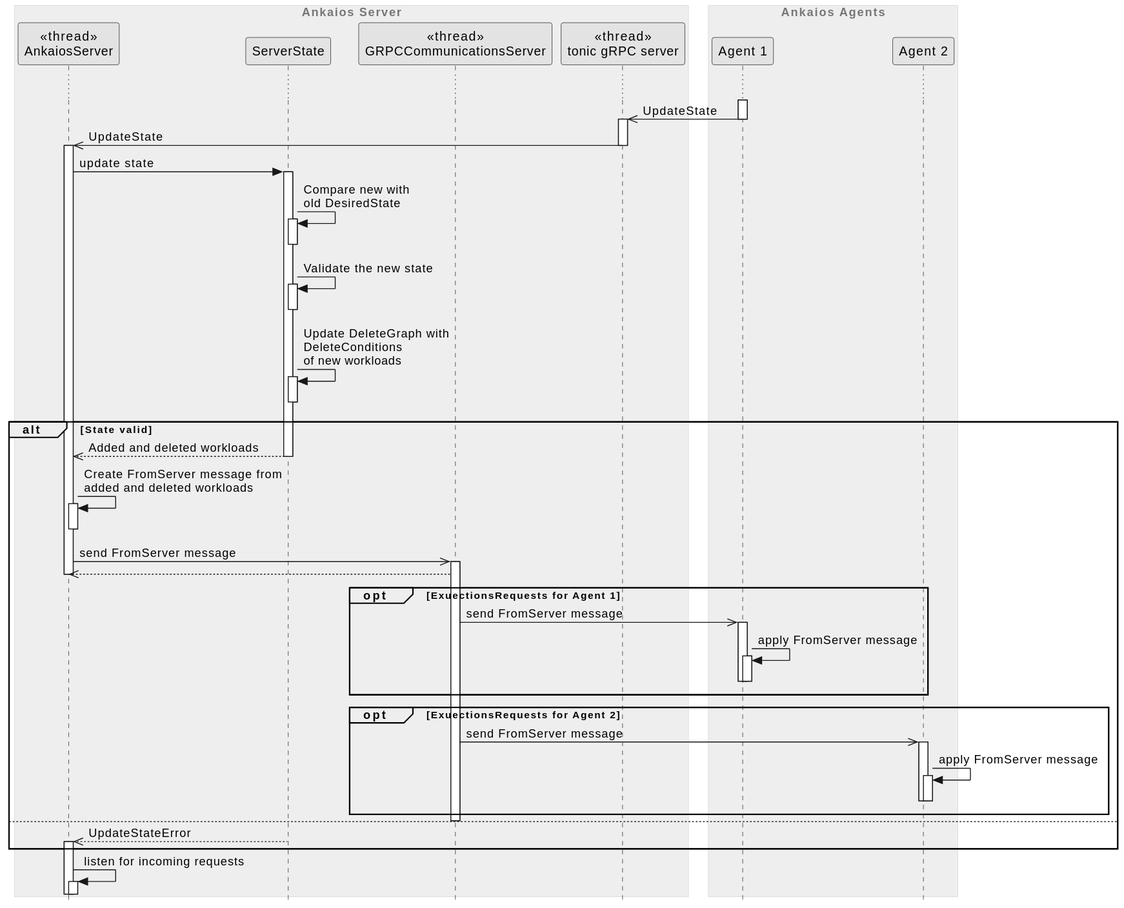
The PlantUML diagram server/doc/swdesign/plantuml/seq_update_state.svg in eclipse-ankaios/ankaios, before a commit.
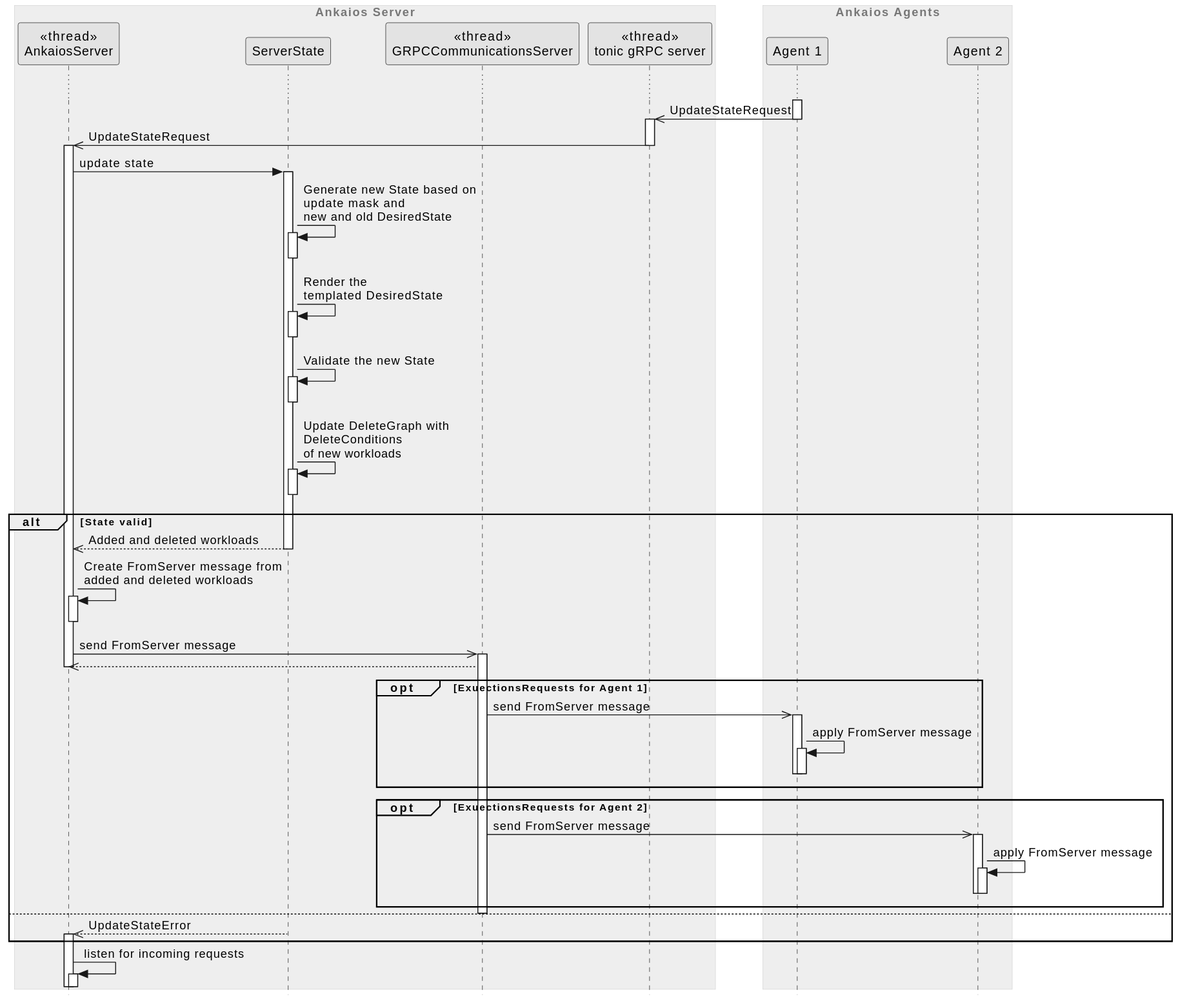
After the change.

Commit message:
Refactor set_state function and update plantuml

Diff of the diagram source:
```diff
@@ -16,11 +16,12 @@
 
 activate agent1
 ...
-agent1 ->> tonic_server--++: UpdateState
-tonic_server ->> server--++: UpdateState
+agent1 ->> tonic_server--++: UpdateStateRequest
+tonic_server ->> server--++: UpdateStateRequest
 server -> server_state++: update state
-server_state -> server_state ++--: Compare new with\nold DesiredState
-server_state -> server_state ++--: Validate the new state
+server_state -> server_state ++--: Generate new State based on\nupdate mask and\nnew and old DesiredState
+server_state -> server_state ++--: Render the\ntemplated DesiredState
+server_state -> server_state ++--: Validate the new State
 server_state -> server_state ++--: Update DeleteGraph with\nDeleteConditions\nof new workloads
 alt State valid
 server_state -->> server--: Added and deleted workloads
```
